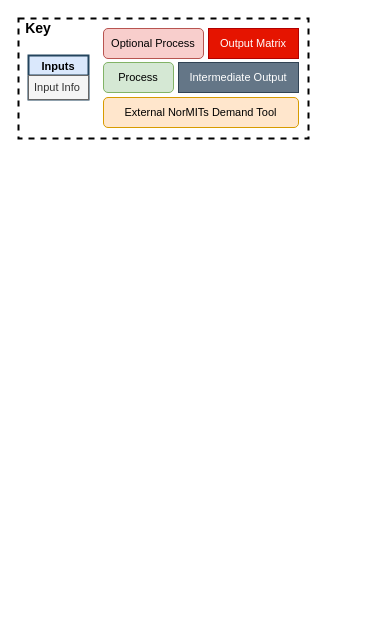
Transport-for-the-North/NorMITs-Demand keeps this draw.io diagram as page "Shapes" (1 of 3) of docs/op_models/TMS/TMS op model.drawio. Above is the earlier version. Source tidied: cells renumbered, new cells numbered last; positions are measured from the earlier drawing's top-left corner, leaving out a move shared by most shapes. Both pictures are drawn from the tidied source at 100%, with x=0, y=0 at pixel (18, 18).
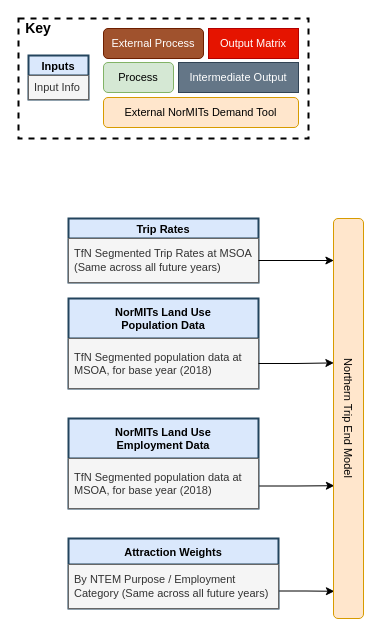
The same page after the edit.

Unchanged cells that the change refers to:
```xml
<mxCell id="2" style="group;" parent="1" vertex="1">
  <mxGeometry width="290" height="120" as="geometry" />
</mxCell>
```

What changed in the source:
```diff
@@
-    <mxCell id="8" value="&lt;font style=&quot;font-size: 11px&quot;&gt;Optional Process&lt;/font&gt;" style="rounded=1;whiteSpace=wrap;html=1;fillColor=#f8cecc;strokeColor=#b85450;" parent="2" vertex="1">
+    <mxCell id="8" value="&lt;font style=&quot;font-size: 11px&quot;&gt;External Process&lt;/font&gt;" style="rounded=1;whiteSpace=wrap;html=1;fillColor=#a0522d;strokeColor=#6D1F00;fontColor=#ffffff;" parent="2" vertex="1">
       <mxGeometry x="85" y="10" width="100" height="30" as="geometry" />
     </mxCell>
@@
+    <mxCell id="12" value="Trip Rates" style="swimlane;fontStyle=1;horizontal=1;startSize=20;fillColor=#dae8fc;rounded=0;glass=0;fontSize=11;align=center;strokeWidth=2;strokeColor=#23445D;" parent="1" vertex="1">
+      <mxGeometry x="50" y="200" width="190" height="64" as="geometry" />
+    </mxCell>
+    <mxCell id="13" value="TfN Segmented Trip Rates at MSOA (Same across all future years)" style="text;strokeColor=#666666;fillColor=#f5f5f5;align=left;verticalAlign=middle;spacingLeft=4;spacingRight=4;overflow=hidden;points=[[0,0.5],[1,0.5]];portConstraint=eastwest;fontSize=11;whiteSpace=wrap;fontColor=#333333;" parent="12" vertex="1">
+      <mxGeometry y="20" width="190" height="44" as="geometry" />
+    </mxCell>
+    <mxCell id="14" style="edgeStyle=orthogonalEdgeStyle;rounded=0;jettySize=auto;html=1;exitX=1;exitY=0.75;exitDx=0;exitDy=0;entryX=0.932;entryY=0.97;entryDx=0;entryDy=0;entryPerimeter=0;" parent="1" edge="1" source="15" target="24">
+      <mxGeometry relative="1" as="geometry" />
+    </mxCell>
+    <mxCell id="15" value="Attraction Weights" style="swimlane;fontStyle=1;horizontal=1;startSize=26;fillColor=#dae8fc;rounded=0;glass=0;fontSize=11;align=center;strokeWidth=2;strokeColor=#23445D;" parent="1" vertex="1">
+      <mxGeometry x="50" y="520" width="210" height="70" as="geometry" />
+    </mxCell>
+    <mxCell id="16" value="By NTEM Purpose / Employment Category (Same across all future years)" style="text;strokeColor=#666666;fillColor=#f5f5f5;align=left;verticalAlign=middle;spacingLeft=4;spacingRight=4;overflow=hidden;fontSize=11;whiteSpace=wrap;fontColor=#333333;" parent="15" vertex="1">
+      <mxGeometry y="26" width="210" height="44" as="geometry" />
+    </mxCell>
+    <mxCell id="17" value="NorMITs Land Use&#10;Population Data" style="swimlane;fontStyle=1;horizontal=1;startSize=40;fillColor=#dae8fc;rounded=0;glass=0;fontSize=11;align=center;strokeWidth=2;strokeColor=#23445D;" parent="1" vertex="1">
+      <mxGeometry x="50" y="280" width="190" height="90" as="geometry" />
+    </mxCell>
+    <mxCell id="18" value="TfN Segmented population data at &#10;MSOA, for base year (2018)" style="text;strokeColor=#666666;fillColor=#f5f5f5;align=left;verticalAlign=middle;spacingLeft=4;spacingRight=4;overflow=hidden;points=[[0,0.5],[1,0.5]];portConstraint=eastwest;fontColor=#333333;fontSize=11;" parent="17" vertex="1">
+      <mxGeometry y="40" width="190" height="50" as="geometry" />
+    </mxCell>
+    <mxCell id="19" style="edgeStyle=orthogonalEdgeStyle;rounded=0;jettySize=auto;html=1;exitX=1;exitY=0.75;exitDx=0;exitDy=0;entryX=0.668;entryY=0.97;entryDx=0;entryDy=0;entryPerimeter=0;" parent="1" edge="1" source="20" target="24">
+      <mxGeometry relative="1" as="geometry" />
+    </mxCell>
+    <mxCell id="20" value="NorMITs Land Use&#10;Employment Data" style="swimlane;fontStyle=1;horizontal=1;startSize=40;fillColor=#dae8fc;rounded=0;glass=0;fontSize=11;align=center;strokeWidth=2;strokeColor=#23445D;" parent="1" vertex="1">
+      <mxGeometry x="50" y="400" width="190" height="90" as="geometry" />
+    </mxCell>
+    <mxCell id="21" value="TfN Segmented population data at &#10;MSOA, for base year (2018)" style="text;strokeColor=#666666;fillColor=#f5f5f5;align=left;verticalAlign=middle;spacingLeft=4;spacingRight=4;overflow=hidden;fontColor=#333333;fontSize=11;" parent="20" vertex="1">
+      <mxGeometry y="40" width="190" height="50" as="geometry" />
+    </mxCell>
+    <mxCell id="22" style="edgeStyle=orthogonalEdgeStyle;rounded=0;jettySize=auto;html=1;exitX=1;exitY=0.5;exitDx=0;exitDy=0;entryX=0.105;entryY=0.987;entryDx=0;entryDy=0;entryPerimeter=0;" parent="1" edge="1" source="13" target="24">
+      <mxGeometry relative="1" as="geometry" />
+    </mxCell>
+    <mxCell id="23" style="edgeStyle=orthogonalEdgeStyle;rounded=0;jettySize=auto;html=1;exitX=1;exitY=0.5;exitDx=0;exitDy=0;entryX=0.361;entryY=0.987;entryDx=0;entryDy=0;entryPerimeter=0;" parent="1" edge="1" source="18" target="24">
+      <mxGeometry relative="1" as="geometry" />
+    </mxCell>
+    <mxCell id="24" value="&lt;span style=&quot;font-size: 11px&quot;&gt;Northern Trip End Model&lt;br&gt;&lt;/span&gt;" style="rounded=1;whiteSpace=wrap;html=1;fillColor=#ffe6cc;strokeColor=#d79b00;rotation=90;" parent="1" vertex="1">
+      <mxGeometry x="130" y="385" width="400" height="30" as="geometry" />
+    </mxCell>
```
